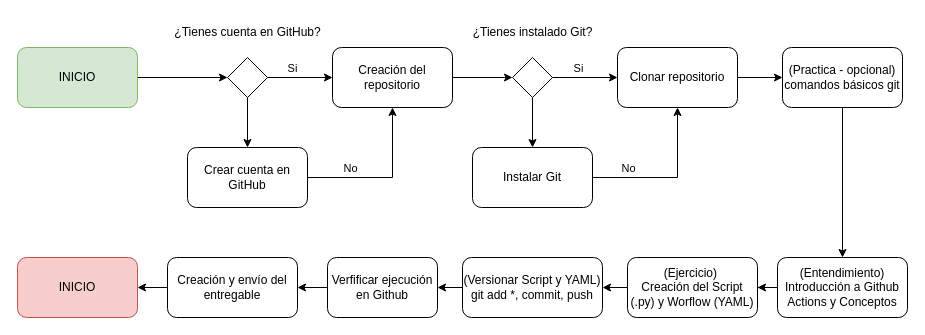
Before: Entregable1.drawio in dhoyoso/cicd_course, a draw.io diagram. Source tidied: cells renumbered, new cells numbered last; positions are measured from the earlier drawing's top-left corner, leaving out a move shared by most shapes. Both pictures are drawn from the tidied source at 100%, with x=0, y=0 at pixel (17, 17).
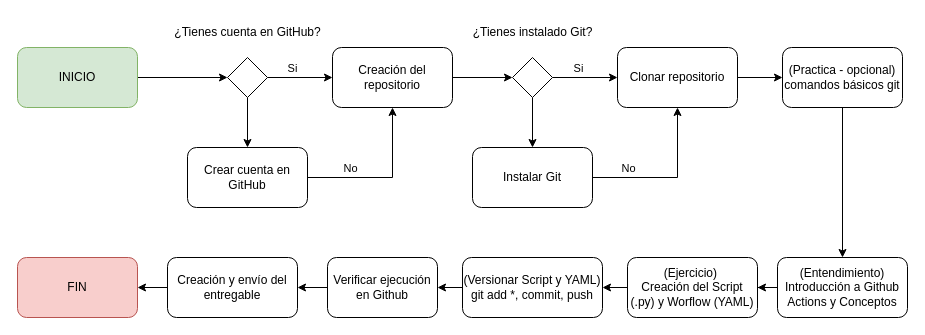
The same page after the edit.

Commit message:
updating entregable 1 diagram

What changed in the source:
```diff
@@
-    <mxCell id="33" value="Verfificar ejecución en Github" style="rounded=1;whiteSpace=wrap;html=1;" parent="1" vertex="1">
+    <mxCell id="33" value="Verificar ejecución en Github" style="rounded=1;whiteSpace=wrap;html=1;" parent="1" vertex="1">
       <mxGeometry x="310" y="240" width="110" height="60" as="geometry" />
     </mxCell>
@@
-    <mxCell id="36" value="INICIO" style="rounded=1;whiteSpace=wrap;html=1;fillColor=#f8cecc;strokeColor=#b85450;" parent="1" vertex="1">
+    <mxCell id="36" value="FIN" style="rounded=1;whiteSpace=wrap;html=1;fillColor=#f8cecc;strokeColor=#b85450;" parent="1" vertex="1">
       <mxGeometry y="240" width="120" height="60" as="geometry" />
     </mxCell>
```
